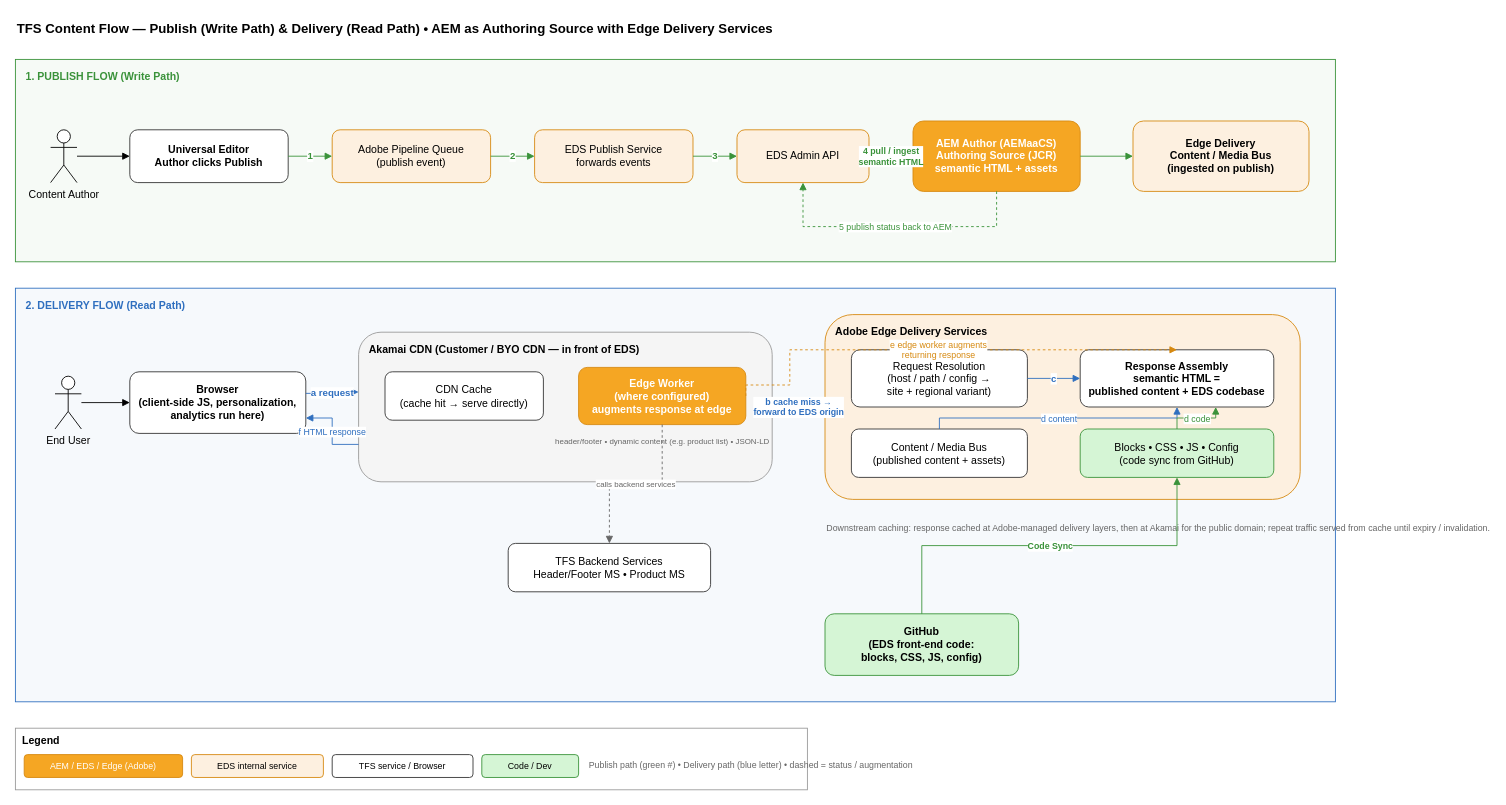
Earlier version of the draw.io diagram docs/TFS_Content_Flow_Publish_and_Delivery.drawio (dbaijal/expagentpoc). Source tidied: cells renumbered, new cells numbered last; positions are measured from the earlier drawing's top-left corner, leaving out a move shared by most shapes. Both pictures are drawn from the tidied source at 88%, with x=0, y=0 at pixel (15, 15).
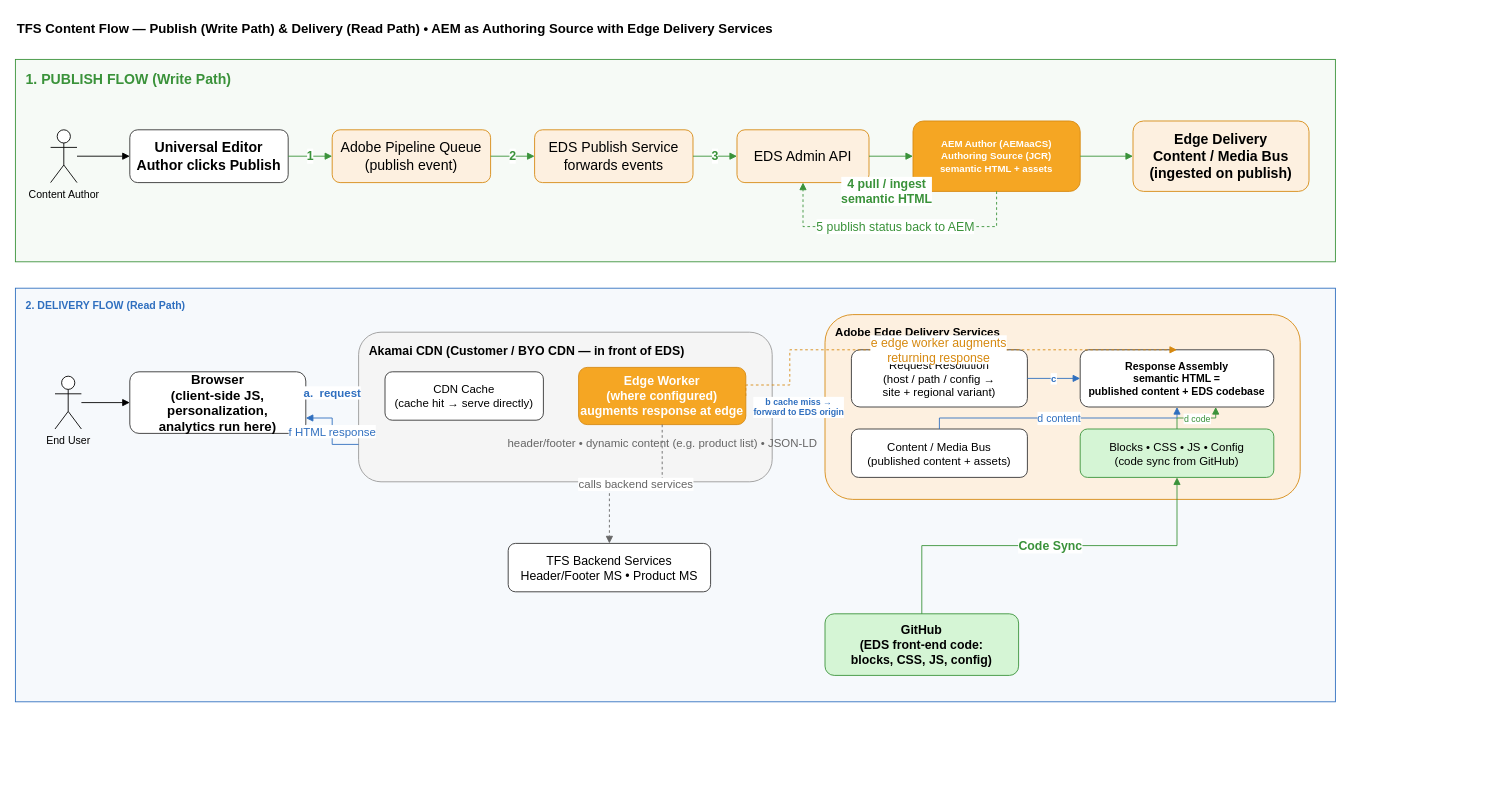
After the change.

Diff of the diagram source:
```diff
@@
-    <mxCell id="3" value="1.  PUBLISH FLOW (Write Path)" style="rounded=0;whiteSpace=wrap;html=1;verticalAlign=top;align=left;spacingLeft=10;spacingTop=6;fillColor=#f6faf6;strokeColor=#3a923a;fontStyle=1;fontColor=#3a923a;" parent="1" vertex="1">
+    <mxCell id="3" value="&lt;font style=&quot;font-size: 16px;&quot;&gt;1.  PUBLISH FLOW (Write Path)&lt;/font&gt;" style="rounded=0;whiteSpace=wrap;html=1;verticalAlign=top;align=left;spacingLeft=10;spacingTop=6;fillColor=#f6faf6;strokeColor=#3a923a;fontStyle=1;fontColor=#3a923a;" parent="1" vertex="1">
       <mxGeometry y="50" width="1500" height="230" as="geometry" />
     </mxCell>
@@
-    <mxCell id="5" value="Universal Editor&#10;Author clicks Publish" style="rounded=1;whiteSpace=wrap;html=1;fillColor=#ffffff;strokeColor=#333333;fontStyle=1;" parent="1" vertex="1">
+    <mxCell id="5" value="&lt;font style=&quot;font-size: 16px;&quot;&gt;Universal Editor&lt;br&gt;Author clicks Publish&lt;/font&gt;" style="rounded=1;whiteSpace=wrap;html=1;fillColor=#ffffff;strokeColor=#333333;fontStyle=1;" parent="1" vertex="1">
       <mxGeometry x="130" y="130" width="180" height="60" as="geometry" />
     </mxCell>
-    <mxCell id="6" value="Adobe Pipeline Queue&#10;(publish event)" style="rounded=1;whiteSpace=wrap;html=1;fillColor=#fdf0e0;strokeColor=#d68910;" parent="1" vertex="1">
+    <mxCell id="6" value="&lt;font style=&quot;font-size: 16px;&quot;&gt;Adobe Pipeline Queue&lt;br&gt;(publish event)&lt;/font&gt;" style="rounded=1;whiteSpace=wrap;html=1;fillColor=#fdf0e0;strokeColor=#d68910;" parent="1" vertex="1">
       <mxGeometry x="360" y="130" width="180" height="60" as="geometry" />
     </mxCell>
-    <mxCell id="7" value="EDS Publish Service&#10;forwards events" style="rounded=1;whiteSpace=wrap;html=1;fillColor=#fdf0e0;strokeColor=#d68910;" parent="1" vertex="1">
+    <mxCell id="7" value="&lt;font style=&quot;font-size: 16px;&quot;&gt;EDS Publish Service&lt;br&gt;forwards events&lt;/font&gt;" style="rounded=1;whiteSpace=wrap;html=1;fillColor=#fdf0e0;strokeColor=#d68910;" parent="1" vertex="1">
       <mxGeometry x="590" y="130" width="180" height="60" as="geometry" />
     </mxCell>
-    <mxCell id="8" value="EDS Admin API" style="rounded=1;whiteSpace=wrap;html=1;fillColor=#fdf0e0;strokeColor=#d68910;" parent="1" vertex="1">
+    <mxCell id="8" value="&lt;font style=&quot;font-size: 16px;&quot;&gt;EDS Admin API&lt;/font&gt;" style="rounded=1;whiteSpace=wrap;html=1;fillColor=#fdf0e0;strokeColor=#d68910;" parent="1" vertex="1">
       <mxGeometry x="820" y="130" width="150" height="60" as="geometry" />
     </mxCell>
-    <mxCell id="9" value="AEM Author (AEMaaCS)&#10;Authoring Source (JCR)&#10;semantic HTML + assets" style="rounded=1;whiteSpace=wrap;html=1;fillColor=#f5a623;strokeColor=#d68910;fontColor=#ffffff;fontStyle=1;" parent="1" vertex="1">
+    <mxCell id="9" value="&lt;font style=&quot;font-size: 11px;&quot;&gt;AEM Author (AEMaaCS)&lt;br&gt;Authoring Source (JCR)&lt;br&gt;semantic HTML + assets&lt;/font&gt;" style="rounded=1;whiteSpace=wrap;html=1;fillColor=#f5a623;strokeColor=#d68910;fontColor=#ffffff;fontStyle=1;" parent="1" vertex="1">
       <mxGeometry x="1020" y="120" width="190" height="80" as="geometry" />
     </mxCell>
-    <mxCell id="10" value="Edge Delivery&#10;Content / Media Bus&#10;(ingested on publish)" style="rounded=1;whiteSpace=wrap;html=1;fillColor=#fdf0e0;strokeColor=#d68910;fontStyle=1;" parent="1" vertex="1">
+    <mxCell id="10" value="&lt;font style=&quot;font-size: 16px;&quot;&gt;Edge Delivery&lt;br&gt;Content / Media Bus&lt;br&gt;(ingested on publish)&lt;/font&gt;" style="rounded=1;whiteSpace=wrap;html=1;fillColor=#fdf0e0;strokeColor=#d68910;fontStyle=1;" parent="1" vertex="1">
       <mxGeometry x="1270" y="120" width="200" height="80" as="geometry" />
     </mxCell>
@@
-    <mxCell id="12" value="1" style="edgeStyle=orthogonalEdgeStyle;rounded=0;html=1;endArrow=block;strokeColor=#3a923a;fontColor=#3a923a;fontStyle=1;exitX=1;exitY=0.5;entryX=0;entryY=0.5;" parent="1" edge="1" source="5" target="6">
+    <mxCell id="12" value="1" style="edgeStyle=orthogonalEdgeStyle;rounded=0;html=1;endArrow=block;strokeColor=#3a923a;fontColor=#3a923a;fontStyle=1;exitX=1;exitY=0.5;entryX=0;entryY=0.5;fontSize=14;" parent="1" edge="1" source="5" target="6">
       <mxGeometry relative="1" as="geometry" />
     </mxCell>
-    <mxCell id="13" value="2" style="edgeStyle=orthogonalEdgeStyle;rounded=0;html=1;endArrow=block;strokeColor=#3a923a;fontColor=#3a923a;fontStyle=1;exitX=1;exitY=0.5;entryX=0;entryY=0.5;" parent="1" edge="1" source="6" target="7">
+    <mxCell id="13" value="2" style="edgeStyle=orthogonalEdgeStyle;rounded=0;html=1;endArrow=block;strokeColor=#3a923a;fontColor=#3a923a;fontStyle=1;exitX=1;exitY=0.5;entryX=0;entryY=0.5;fontSize=14;" parent="1" edge="1" source="6" target="7">
       <mxGeometry relative="1" as="geometry" />
     </mxCell>
-    <mxCell id="14" value="3" style="edgeStyle=orthogonalEdgeStyle;rounded=0;html=1;endArrow=block;strokeColor=#3a923a;fontColor=#3a923a;fontStyle=1;exitX=1;exitY=0.5;entryX=0;entryY=0.5;" parent="1" edge="1" source="7" target="8">
+    <mxCell id="14" value="3" style="edgeStyle=orthogonalEdgeStyle;rounded=0;html=1;endArrow=block;strokeColor=#3a923a;fontColor=#3a923a;fontStyle=1;exitX=1;exitY=0.5;entryX=0;entryY=0.5;fontSize=14;" parent="1" edge="1" source="7" target="8">
       <mxGeometry relative="1" as="geometry" />
     </mxCell>
-    <mxCell id="15" value="4  pull / ingest&#10;semantic HTML" style="edgeStyle=orthogonalEdgeStyle;rounded=0;html=1;endArrow=block;strokeColor=#3a923a;fontColor=#3a923a;fontStyle=1;fontSize=10;exitX=1;exitY=0.5;entryX=0;entryY=0.5;" parent="1" edge="1" source="8" target="9">
-      <mxGeometry relative="1" as="geometry" />
+    <mxCell id="15" value="4  pull / ingest&#10;semantic HTML" style="edgeStyle=orthogonalEdgeStyle;rounded=0;html=1;endArrow=block;strokeColor=#3a923a;fontColor=#3a923a;fontStyle=1;fontSize=14;exitX=1;exitY=0.5;entryX=0;entryY=0.5;" parent="1" edge="1" source="8" target="9">
+      <mxGeometry x="-0.2" y="-40" relative="1" as="geometry" />
     </mxCell>
@@
-    <mxCell id="17" value="5  publish status back to AEM" style="edgeStyle=orthogonalEdgeStyle;rounded=0;html=1;endArrow=block;dashed=1;strokeColor=#3a923a;fontColor=#3a923a;fontSize=10;exitX=0.5;exitY=1;entryX=0.5;entryY=1;" parent="1" edge="1" source="9" target="8">
+    <mxCell id="17" value="5  publish status back to AEM" style="edgeStyle=orthogonalEdgeStyle;rounded=0;html=1;endArrow=block;dashed=1;strokeColor=#3a923a;fontColor=#3a923a;fontSize=14;exitX=0.5;exitY=1;entryX=0.5;entryY=1;" parent="1" edge="1" source="9" target="8">
       <mxGeometry relative="1" as="geometry">
         <Array as="points">
           <mxPoint x="1115" y="240" />
           <mxPoint x="895" y="240" />
         </Array>
       </mxGeometry>
     </mxCell>
@@
-    <mxCell id="20" value="Browser&#10;(client-side JS, personalization,&#10;analytics run here)" style="rounded=1;whiteSpace=wrap;html=1;fillColor=#ffffff;strokeColor=#333333;fontStyle=1;" parent="1" vertex="1">
+    <mxCell id="20" value="Browser&#10;(client-side JS, personalization,&#10;analytics run here)" style="rounded=1;whiteSpace=wrap;html=1;fillColor=#ffffff;strokeColor=#333333;fontStyle=1;fontSize=15;" parent="1" vertex="1">
       <mxGeometry x="130" y="405" width="200" height="70" as="geometry" />
     </mxCell>
-    <mxCell id="21" value="Akamai CDN  (Customer / BYO CDN — in front of EDS)" style="rounded=1;whiteSpace=wrap;html=1;verticalAlign=top;align=left;spacingLeft=10;spacingTop=6;fillColor=#f5f5f5;strokeColor=#999999;fontStyle=1;" parent="1" vertex="1">
+    <mxCell id="21" value="Akamai CDN  (Customer / BYO CDN — in front of EDS)" style="rounded=1;whiteSpace=wrap;html=1;verticalAlign=top;align=left;spacingLeft=10;spacingTop=6;fillColor=#f5f5f5;strokeColor=#999999;fontStyle=1;fontSize=14;" parent="1" vertex="1">
       <mxGeometry x="390" y="360" width="470" height="170" as="geometry" />
     </mxCell>
-    <mxCell id="22" value="CDN Cache&#10;(cache hit → serve directly)" style="rounded=1;whiteSpace=wrap;html=1;fillColor=#ffffff;strokeColor=#333333;" parent="21" vertex="1">
+    <mxCell id="22" value="CDN Cache&#10;(cache hit → serve directly)" style="rounded=1;whiteSpace=wrap;html=1;fillColor=#ffffff;strokeColor=#333333;fontSize=13;" parent="21" vertex="1">
       <mxGeometry x="30" y="45" width="180" height="55" as="geometry" />
     </mxCell>
-    <mxCell id="23" value="Edge Worker&#10;(where configured)&#10;augments response at edge" style="rounded=1;whiteSpace=wrap;html=1;fillColor=#f5a623;strokeColor=#d68910;fontColor=#ffffff;fontStyle=1;" parent="21" vertex="1">
+    <mxCell id="23" value="Edge Worker&#10;(where configured)&#10;augments response at edge" style="rounded=1;whiteSpace=wrap;html=1;fillColor=#f5a623;strokeColor=#d68910;fontColor=#ffffff;fontStyle=1;fontSize=14;" parent="21" vertex="1">
       <mxGeometry x="250" y="40" width="190" height="65" as="geometry" />
     </mxCell>
-    <mxCell id="24" value="header/footer • dynamic content (e.g. product list) • JSON-LD" style="text;html=1;fontSize=9;align=center;fontColor=#666666;" parent="21" vertex="1">
+    <mxCell id="24" value="header/footer • dynamic content (e.g. product list) • JSON-LD" style="text;html=1;fontSize=13;align=center;fontColor=#666666;" parent="21" vertex="1">
       <mxGeometry x="230" y="112" width="230" height="40" as="geometry" />
     </mxCell>
-    <mxCell id="25" value="Adobe Edge Delivery Services" style="rounded=1;whiteSpace=wrap;html=1;verticalAlign=top;align=left;spacingLeft=10;spacingTop=6;fillColor=#fdf0e0;strokeColor=#d68910;fontStyle=1;" parent="1" vertex="1">
+    <mxCell id="25" value="Adobe Edge Delivery Services" style="rounded=1;whiteSpace=wrap;html=1;verticalAlign=top;align=left;spacingLeft=10;spacingTop=6;fillColor=#fdf0e0;strokeColor=#d68910;fontStyle=1;fontSize=13;" parent="1" vertex="1">
       <mxGeometry x="920" y="340" width="540" height="210" as="geometry" />
     </mxCell>
-    <mxCell id="26" value="Request Resolution&#10;(host / path / config →&#10;site + regional variant)" style="rounded=1;whiteSpace=wrap;html=1;fillColor=#ffffff;strokeColor=#333333;" parent="25" vertex="1">
+    <mxCell id="26" value="Request Resolution&#10;(host / path / config →&#10;site + regional variant)" style="rounded=1;whiteSpace=wrap;html=1;fillColor=#ffffff;strokeColor=#333333;fontSize=13;" parent="25" vertex="1">
       <mxGeometry x="30" y="40" width="200" height="65" as="geometry" />
     </mxCell>
-    <mxCell id="27" value="Response Assembly&#10;semantic HTML =&#10;published content + EDS codebase" style="rounded=1;whiteSpace=wrap;html=1;fillColor=#ffffff;strokeColor=#333333;fontStyle=1;" parent="25" vertex="1">
+    <mxCell id="27" value="Response Assembly&#10;semantic HTML =&#10;published content + EDS codebase" style="rounded=1;whiteSpace=wrap;html=1;fillColor=#ffffff;strokeColor=#333333;fontStyle=1;fontSize=12;" parent="25" vertex="1">
       <mxGeometry x="290" y="40" width="220" height="65" as="geometry" />
     </mxCell>
-    <mxCell id="28" value="Content / Media Bus&#10;(published content + assets)" style="rounded=1;whiteSpace=wrap;html=1;fillColor=#ffffff;strokeColor=#333333;" parent="25" vertex="1">
+    <mxCell id="28" value="Content / Media Bus&#10;(published content + assets)" style="rounded=1;whiteSpace=wrap;html=1;fillColor=#ffffff;strokeColor=#333333;fontSize=13;" parent="25" vertex="1">
       <mxGeometry x="30" y="130" width="200" height="55" as="geometry" />
     </mxCell>
-    <mxCell id="29" value="Blocks • CSS • JS • Config&#10;(code sync from GitHub)" style="rounded=1;whiteSpace=wrap;html=1;fillColor=#d5f5d5;strokeColor=#3a923a;" parent="25" vertex="1">
+    <mxCell id="29" value="Blocks • CSS • JS • Config&#10;(code sync from GitHub)" style="rounded=1;whiteSpace=wrap;html=1;fillColor=#d5f5d5;strokeColor=#3a923a;fontSize=13;" parent="25" vertex="1">
       <mxGeometry x="290" y="130" width="220" height="55" as="geometry" />
     </mxCell>
@@
-    <mxCell id="31" value="a  request" style="edgeStyle=orthogonalEdgeStyle;rounded=0;html=1;endArrow=block;strokeColor=#2f6fbf;fontColor=#2f6fbf;fontStyle=1;exitX=1;exitY=0.35;entryX=0;entryY=0.4;" parent="1" edge="1" source="20" target="21">
+    <mxCell id="31" value="a.&amp;nbsp; request" style="edgeStyle=orthogonalEdgeStyle;rounded=0;html=1;endArrow=block;strokeColor=#2f6fbf;fontColor=#2f6fbf;fontStyle=1;exitX=1;exitY=0.35;entryX=0;entryY=0.4;fontSize=13;" parent="1" edge="1" source="20" target="21">
       <mxGeometry relative="1" as="geometry" />
     </mxCell>
-    <mxCell id="32" value="f  HTML response" style="edgeStyle=orthogonalEdgeStyle;rounded=0;html=1;endArrow=block;strokeColor=#2f6fbf;fontColor=#2f6fbf;fontSize=10;exitX=0;exitY=0.75;entryX=1;entryY=0.75;" parent="1" edge="1" source="21" target="20">
+    <mxCell id="32" value="f  HTML response" style="edgeStyle=orthogonalEdgeStyle;rounded=0;html=1;endArrow=block;strokeColor=#2f6fbf;fontColor=#2f6fbf;fontSize=13;exitX=0;exitY=0.75;entryX=1;entryY=0.75;" parent="1" edge="1" source="21" target="20">
       <mxGeometry relative="1" as="geometry" />
     </mxCell>
@@
-    <mxCell id="35" value="d  content" style="edgeStyle=orthogonalEdgeStyle;rounded=0;html=1;endArrow=block;strokeColor=#2f6fbf;fontColor=#2f6fbf;fontSize=10;exitX=0.5;exitY=0;entryX=0.5;entryY=1;" parent="1" edge="1" source="28" target="27">
+    <mxCell id="35" value="d  content" style="edgeStyle=orthogonalEdgeStyle;rounded=0;html=1;endArrow=block;strokeColor=#2f6fbf;fontColor=#2f6fbf;fontSize=12;exitX=0.5;exitY=0;entryX=0.5;entryY=1;" parent="1" edge="1" source="28" target="27">
       <mxGeometry relative="1" as="geometry" />
     </mxCell>
@@
-    <mxCell id="37" value="e  edge worker augments&#10;returning response" style="edgeStyle=orthogonalEdgeStyle;rounded=0;html=1;endArrow=block;dashed=1;strokeColor=#d68910;fontColor=#d68910;fontSize=10;exitX=1;exitY=0.5;entryX=0.5;entryY=0;" parent="1" edge="1" source="23" target="27">
+    <mxCell id="37" value="e  edge worker augments&#10;returning response" style="edgeStyle=orthogonalEdgeStyle;rounded=0;html=1;endArrow=block;dashed=1;strokeColor=#d68910;fontColor=#d68910;fontSize=14;exitX=1;exitY=0.5;entryX=0.5;entryY=0;" parent="1" edge="1" source="23" target="27">
       <mxGeometry relative="1" as="geometry">
         <Array as="points">
           <mxPoint x="880" y="420" />
         </Array>
       </mxGeometry>
     </mxCell>
-    <mxCell id="38" value="calls backend services" style="edgeStyle=orthogonalEdgeStyle;rounded=0;html=1;endArrow=block;dashed=1;strokeColor=#666666;fontColor=#666666;fontSize=9;exitX=0.5;exitY=1;entryX=0.5;entryY=0;" parent="1" edge="1" source="23" target="39">
+    <mxCell id="38" value="calls backend services" style="edgeStyle=orthogonalEdgeStyle;rounded=0;html=1;endArrow=block;dashed=1;strokeColor=#666666;fontColor=#666666;fontSize=13;exitX=0.5;exitY=1;entryX=0.5;entryY=0;" parent="1" edge="1" source="23" target="39">
       <mxGeometry relative="1" as="geometry" />
     </mxCell>
-    <mxCell id="39" value="TFS Backend Services&#10;Header/Footer MS • Product MS" style="rounded=1;whiteSpace=wrap;html=1;fillColor=#ffffff;strokeColor=#333333;" parent="1" vertex="1">
+    <mxCell id="39" value="TFS Backend Services&#10;Header/Footer MS • Product MS" style="rounded=1;whiteSpace=wrap;html=1;fillColor=#ffffff;strokeColor=#333333;fontSize=14;" parent="1" vertex="1">
       <mxGeometry x="560" y="600" width="230" height="55" as="geometry" />
     </mxCell>
-    <mxCell id="40" value="Downstream caching: response cached at Adobe-managed delivery layers, then at Akamai for the public domain; repeat traffic served from cache until expiry / invalidation." style="text;html=1;fontSize=10;align=left;fontColor=#666666;" parent="1" vertex="1">
-      <mxGeometry x="920" y="570" width="540" height="40" as="geometry" />
-    </mxCell>
-    <mxCell id="41" value="GitHub&#10;(EDS front-end code:&#10;blocks, CSS, JS, config)" style="rounded=1;whiteSpace=wrap;html=1;fillColor=#d5f5d5;strokeColor=#3a923a;fontStyle=1;" parent="1" vertex="1">
+    <mxCell id="41" value="GitHub&#10;(EDS front-end code:&#10;blocks, CSS, JS, config)" style="rounded=1;whiteSpace=wrap;html=1;fillColor=#d5f5d5;strokeColor=#3a923a;fontStyle=1;fontSize=14;" parent="1" vertex="1">
       <mxGeometry x="920" y="680" width="220" height="70" as="geometry" />
     </mxCell>
-    <mxCell id="42" value="Code Sync" style="edgeStyle=orthogonalEdgeStyle;rounded=0;html=1;endArrow=block;strokeColor=#3a923a;fontColor=#3a923a;fontStyle=1;fontSize=10;exitX=0.5;exitY=0;entryX=0.5;entryY=1;" parent="1" edge="1" source="41" target="29">
+    <mxCell id="42" value="Code Sync" style="edgeStyle=orthogonalEdgeStyle;rounded=0;html=1;endArrow=block;strokeColor=#3a923a;fontColor=#3a923a;fontStyle=1;fontSize=14;exitX=0.5;exitY=0;entryX=0.5;entryY=1;" parent="1" edge="1" source="41" target="29">
       <mxGeometry relative="1" as="geometry" />
     </mxCell>
-    <mxCell id="43" value="Legend" style="rounded=0;whiteSpace=wrap;html=1;verticalAlign=top;fillColor=#ffffff;strokeColor=#999999;fontStyle=1;align=left;spacingLeft=6;" parent="1" vertex="1">
-      <mxGeometry y="810" width="900" height="70" as="geometry" />
-    </mxCell>
-    <mxCell id="44" value="AEM / EDS / Edge (Adobe)" style="rounded=1;whiteSpace=wrap;html=1;fillColor=#f5a623;strokeColor=#d68910;fontColor=#ffffff;fontSize=10;" parent="43" vertex="1">
-      <mxGeometry x="10" y="30" width="180" height="26" as="geometry" />
-    </mxCell>
-    <mxCell id="45" value="EDS internal service" style="rounded=1;whiteSpace=wrap;html=1;fillColor=#fdf0e0;strokeColor=#d68910;fontSize=10;" parent="43" vertex="1">
-      <mxGeometry x="200" y="30" width="150" height="26" as="geometry" />
-    </mxCell>
-    <mxCell id="46" value="TFS service / Browser" style="rounded=1;whiteSpace=wrap;html=1;fillColor=#ffffff;strokeColor=#333333;fontSize=10;" parent="43" vertex="1">
-      <mxGeometry x="360" y="30" width="160" height="26" as="geometry" />
-    </mxCell>
-    <mxCell id="47" value="Code / Dev" style="rounded=1;whiteSpace=wrap;html=1;fillColor=#d5f5d5;strokeColor=#3a923a;fontSize=10;" parent="43" vertex="1">
-      <mxGeometry x="530" y="30" width="110" height="26" as="geometry" />
-    </mxCell>
-    <mxCell id="48" value="Publish path (green #)  •  Delivery path (blue letter)  •  dashed = status / augmentation" style="text;html=1;fontSize=10;align=left;fontColor=#666666;" parent="43" vertex="1">
-      <mxGeometry x="650" y="30" width="240" height="30" as="geometry" />
-    </mxCell>
```
